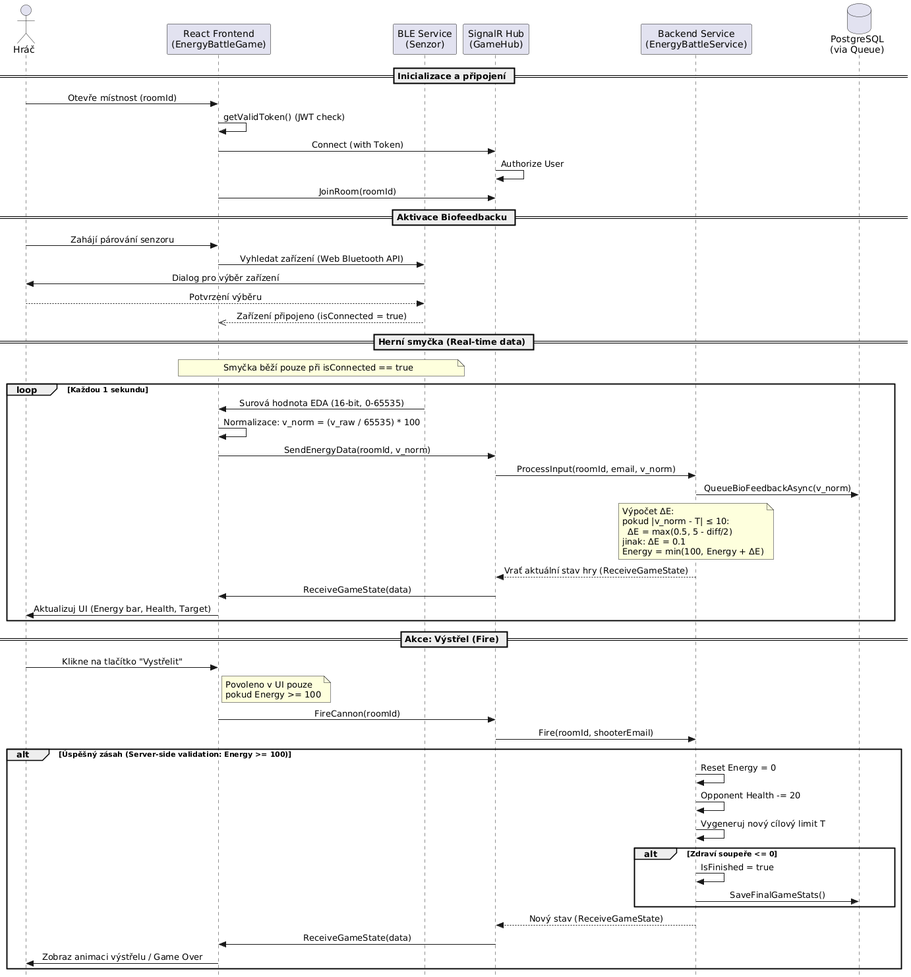
Above: doc/plantuml/img/energybattle.png in elsnoxx/Bachelor-thesis (PlantUML), before the change.
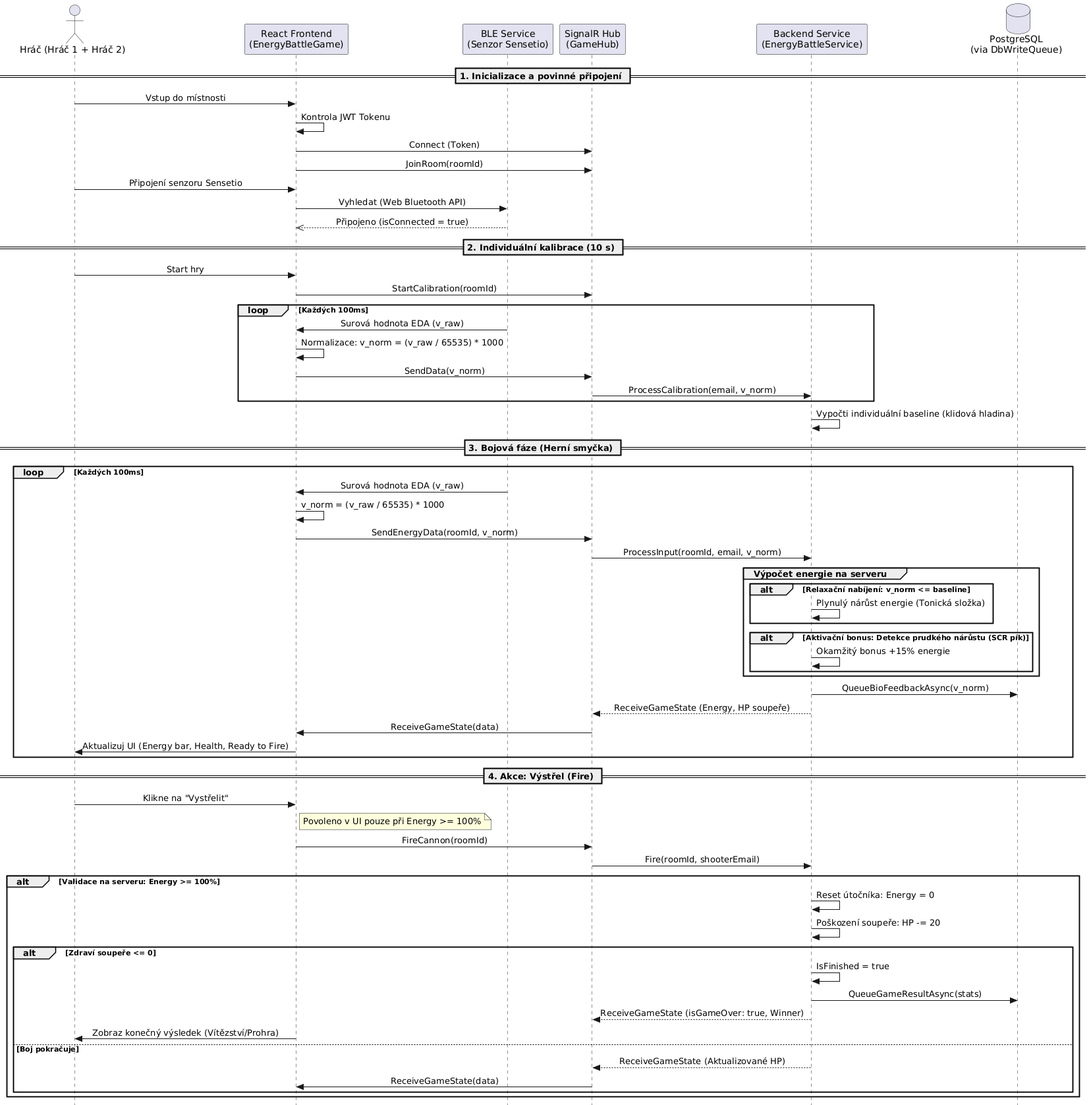
After the commit.

What changed in the source:
```diff
@@ -2,69 +2,80 @@
 skinparam style strictuml
 skinparam sequenceMessageAlign center
 
-actor "Hráč" as Player
+actor "Hráč (Hráč 1 + Hráč 2)" as Player
 participant "React Frontend\n(EnergyBattleGame)" as FE
-participant "BLE Service\n(Senzor)" as BLE
+participant "BLE Service\n(Senzor Sensetio)" as BLE
 participant "SignalR Hub\n(GameHub)" as Hub
 participant "Backend Service\n(EnergyBattleService)" as Backend
-database "PostgreSQL\n(via Queue)" as DB
+database "PostgreSQL\n(via DbWriteQueue)" as DB
 
-== Inicializace a připojení ==
+== 1. Inicializace a povinné připojení ==
 
-Player -> FE : Otevře místnost (roomId)
-FE -> FE : getValidToken() (JWT check)
-FE -> Hub : Connect (with Token)
-Hub -> Hub : Authorize User
+Player -> FE : Vstup do místnosti
+FE -> FE : Kontrola JWT Tokenu
+FE -> Hub : Connect (Token)
 FE -> Hub : JoinRoom(roomId)
 
-== Aktivace Biofeedbacku ==
+Player -> FE : Připojení senzoru Sensetio
+FE -> BLE : Vyhledat (Web Bluetooth API)
+BLE -->> FE : Připojeno (isConnected = true)
 
-Player -> FE : Zahájí párování senzoru
-FE -> BLE : Vyhledat zařízení (Web Bluetooth API)
-BLE -> Player : Dialog pro výběr zařízení
-Player --> BLE : Potvrzení výběru
-BLE -->> FE : Zařízení připojeno (isConnected = true)
+== 2. Individuální kalibrace (10 s) ==
 
-== Herní smyčka (Real-time data) ==
+Player -> FE : Start hry
+FE -> Hub : StartCalibration(roomId)
+loop Každých 100ms
+    BLE -> FE : Surová hodnota EDA (v_raw)
+    FE -> FE : Normalizace: v_norm = (v_raw / 65535) * 1000
+    FE -> Hub : SendData(v_norm)
+    Hub -> Backend : ProcessCalibration(email, v_norm)
+end
+Backend -> Backend : Vypočti individuální baseline (klidová hladina)
 
-note over FE, BLE : Smyčka běží pouze při isConnected == true
+== 3. Bojová fáze (Herní smyčka) ==
 
-loop Každou 1 sekundu
-    BLE -> FE : Surová hodnota EDA (16-bit, 0-65535)
-    FE -> FE : Normalizace: v_norm = (v_raw / 65535) * 100
-
+loop Každých 100ms
+    BLE -> FE : Surová hodnota EDA (v_raw)
+    FE -> FE : v_norm = (v_raw / 65535) * 1000
     FE -> Hub : SendEnergyData(roomId, v_norm)
     Hub -> Backend : ProcessInput(roomId, email, v_norm)
 
+    group Výpočet energie na serveru
+        alt Relaxační nabíjení: v_norm <= baseline
+            Backend -> Backend : Plynulý nárůst energie (Tonická složka)
+        end
+
+        alt Aktivační bonus: Detekce prudkého nárůstu (SCR pík)
+            Backend -> Backend : Okamžitý bonus +15% energie
+        end
+    end
+
     Backend -> DB : QueueBioFeedbackAsync(v_norm)
-
-    note over Backend : Výpočet ΔE:\npokud |v_norm - T| ≤ 10:\n  ΔE = max(0.5, 5 - diff/2)\njinak: ΔE = 0.1\nEnergy = min(100, Energy + ΔE)
-
-    Backend --> Hub : Vrať aktuální stav hry (ReceiveGameState)
+    Backend --> Hub : ReceiveGameState (Energy, HP soupeře)
     Hub -> FE : ReceiveGameState(data)
-    FE -> Player : Aktualizuj UI (Energy bar, Health, Target)
+    FE -> Player : Aktualizuj UI (Energy bar, Health, Ready to Fire)
 end
 
-== Akce: Výstřel (Fire) ==
+== 4. Akce: Výstřel (Fire) ==
 
-Player -> FE : Klikne na tlačítko "Vystřelit"
-note right of FE : Povoleno v UI pouze\npokud Energy >= 100
+Player -> FE : Klikne na "Vystřelit"
+note right of FE : Povoleno v UI pouze při Energy >= 100%
 
 FE -> Hub : FireCannon(roomId)
 Hub -> Backend : Fire(roomId, shooterEmail)
 
-alt Úspěšný zásah (Server-side validation: Energy >= 100)
-    Backend -> Backend : Reset Energy = 0
-    Backend -> Backend : Opponent Health -= 20
-    Backend -> Backend : Vygeneruj nový cílový limit T
+alt Validace na serveru: Energy >= 100%
+    Backend -> Backend : Reset útočníka: Energy = 0
+    Backend -> Backend : Poškození soupeře: HP -= 20
 
     alt Zdraví soupeře <= 0
         Backend -> Backend : IsFinished = true
-        Backend -> DB : SaveFinalGameStats()
+        Backend -> DB : QueueGameResultAsync(stats)
+        Backend --> Hub : ReceiveGameState (isGameOver: true, Winner)
+        FE -> Player : Zobraz konečný výsledek (Vítězství/Prohra)
+    else Boj pokračuje
+        Backend --> Hub : ReceiveGameState (Aktualizované HP)
+        Hub -> FE : ReceiveGameState(data)
     end
-
-    Backend --> Hub : Nový stav (ReceiveGameState)
-    Hub -> FE : ReceiveGameState(data)
-    FE -> Player : Zobraz animaci výstřelu / Game Over
 end
 @enduml
```
